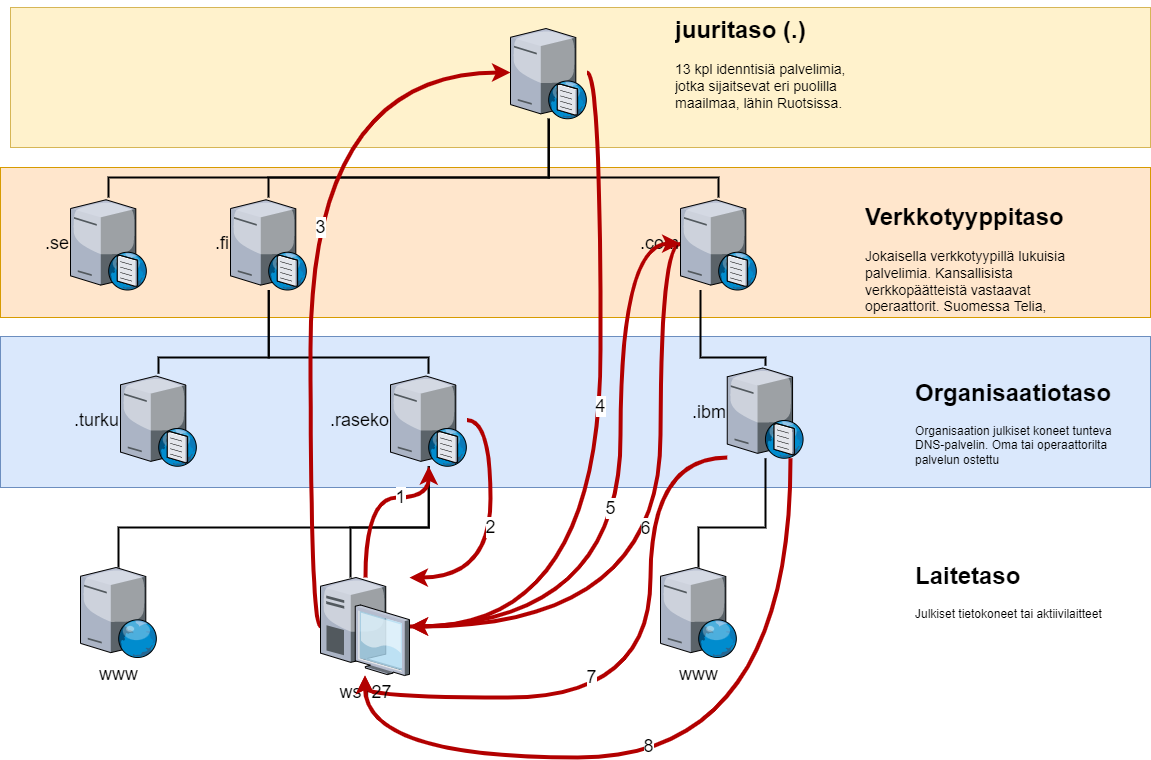
Earlier version of the draw.io export docs/pictures/Interatiivinenkysely.png (Vaatinenjohannes/TADokumentaatio). Source tidied: cells renumbered, new cells last; positions are measured from the earlier drawing's top-left corner, leaving out a move shared by most shapes.
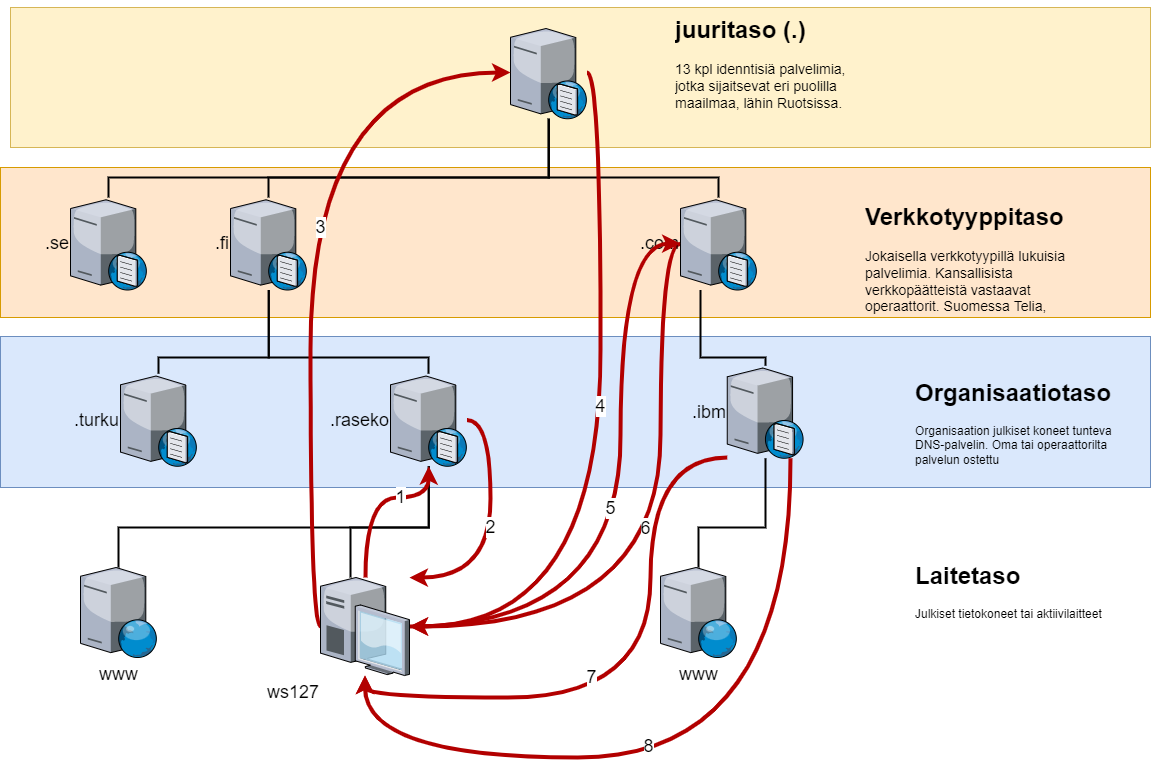
After the commit.

The edit, as a diff of the source:
```diff
@@ -159,7 +159,7 @@
         </Array>
       </mxGeometry>
     </mxCell>
-    <mxCell id="29" value="ws127" style="verticalLabelPosition=bottom;sketch=0;html=1;verticalAlign=top;strokeColor=none;align=center;outlineConnect=0;shape=mxgraph.citrix.desktop;fontSize=18;" parent="1" vertex="1">
+    <mxCell id="29" value="ws127" style="verticalLabelPosition=bottom;sketch=0;html=1;verticalAlign=top;strokeColor=none;align=right;outlineConnect=0;shape=mxgraph.citrix.desktop;fontSize=18;labelPosition=left;" parent="1" vertex="1">
       <mxGeometry x="320" y="570" width="89" height="98" as="geometry" />
     </mxCell>
     <mxCell id="30" value="www" style="verticalLabelPosition=bottom;sketch=0;html=1;verticalAlign=top;strokeColor=none;align=center;outlineConnect=0;shape=mxgraph.citrix.web_server;fontSize=18;" parent="1" vertex="1">
```
